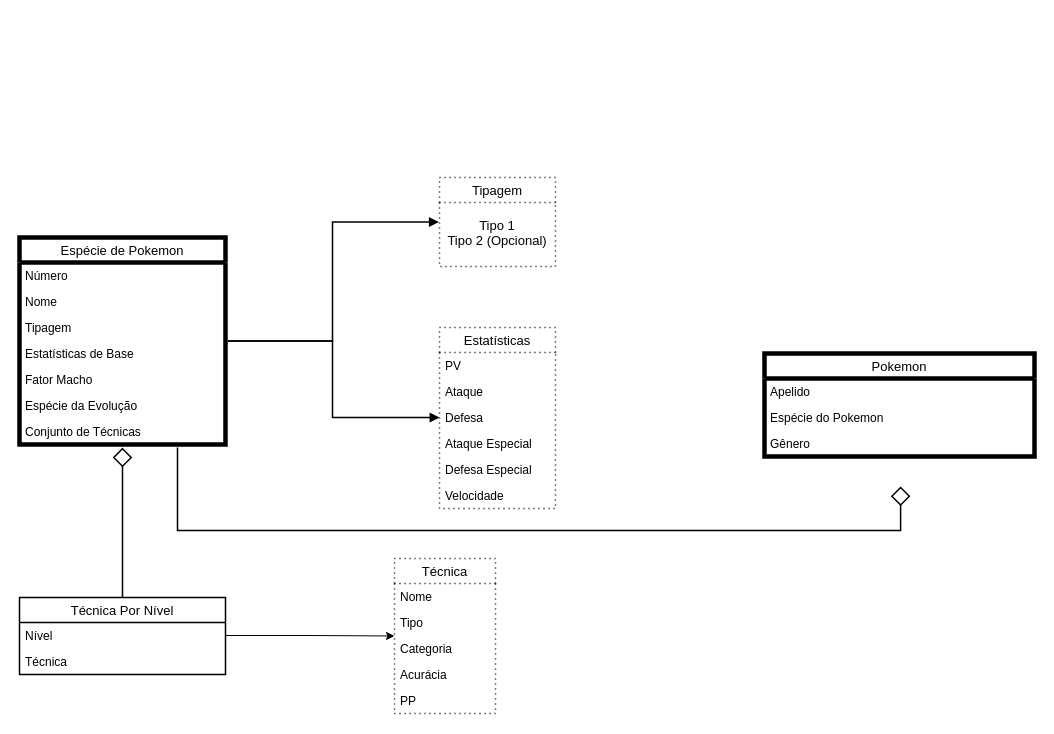
This is page "Incubadora" (2 of 4) of Diagrams/DDD.drawio from RicardoDMelo/CloudPokeSystem, a draw.io file, before an edit. Source tidied: cells renumbered, new cells numbered last; positions are measured from the earlier drawing's top-left corner, leaving out a move shared by most shapes. Both pictures are drawn from the tidied source at 100%, with x=0, y=0 at pixel (19, 177).
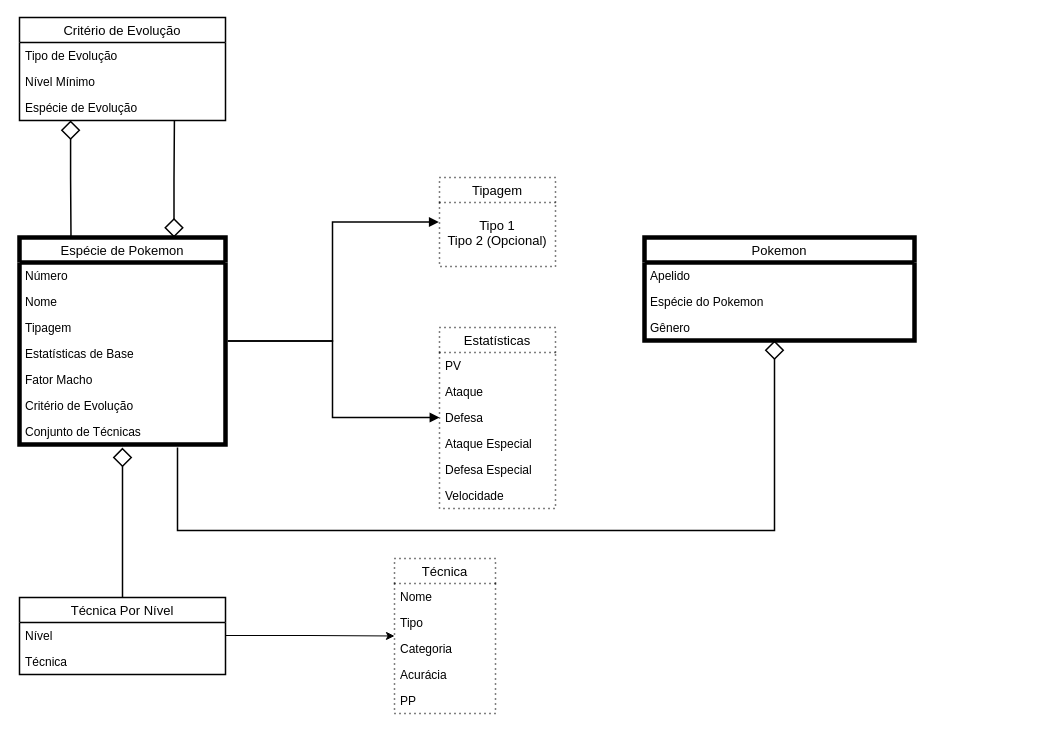
The same diagram, later.

Unchanged cells that the change refers to:
```xml
<mxCell id="2" value="Espécie de Pokemon" style="html=1;overflow=block;blockSpacing=1;swimlane;horizontal=1;fontStyle=0;swimlaneFillColor=#ffffff;startSize=25;whiteSpace=wrap;fontSize=13;align=center;spacing=0;strokeOpacity=100;fillOpacity=100;fillColor=#ffffff;strokeWidth=4.5;" parent="1" vertex="1">
  <mxGeometry y="60" width="206" height="207" as="geometry" />
</mxCell>
<mxCell id="26" value="Gênero" style="text;strokeColor=none;fillColor=none;align=left;verticalAlign=top;spacingLeft=4;spacingRight=4;overflow=hidden;points=[[0,0.5],[1,0.5]];portConstraint=eastwest;" parent="23" vertex="1">
  <mxGeometry y="77" width="270" height="26" as="geometry" />
</mxCell>
```

What changed in the source:
```diff
@@
-    <mxCell id="8" value="Espécie da Evolução" style="text;strokeColor=none;fillColor=none;align=left;verticalAlign=top;spacingLeft=4;spacingRight=4;overflow=hidden;" parent="2" vertex="1">
+    <mxCell id="8" value="Critério de Evolução" style="text;strokeColor=none;fillColor=none;align=left;verticalAlign=top;spacingLeft=4;spacingRight=4;overflow=hidden;" parent="2" vertex="1">
       <mxGeometry y="155" width="206" height="26" as="geometry" />
     </mxCell>
@@
-    <mxCell id="15" style="html=1;jettySize=18;whiteSpace=wrap;fontSize=13;strokeOpacity=100;strokeWidth=1.5;rounded=1;arcSize=0;edgeStyle=orthogonalEdgeStyle;startArrow=diamond;startFill=0;startSize=16;endArrow=none;entryX=0.767;entryY=1.015;entryPerimeter=0;exitX=0.504;exitY=1.154;exitDx=0;exitDy=0;exitPerimeter=0;" parent="1" edge="1" target="2">
+    <mxCell id="15" style="html=1;jettySize=18;whiteSpace=wrap;fontSize=13;strokeOpacity=100;strokeWidth=1.5;rounded=1;arcSize=0;edgeStyle=orthogonalEdgeStyle;startArrow=diamond;startFill=0;startSize=16;endArrow=none;entryX=0.767;entryY=1.015;entryPerimeter=0;" parent="1" edge="1" source="26" target="2">
       <mxGeometry relative="1" as="geometry">
-        <mxPoint x="881.1" y="309" as="sourcePoint" />
         <Array as="points">
-          <mxPoint x="881" y="353" />
+          <mxPoint x="755" y="353" />
           <mxPoint x="158" y="353" />
         </Array>
       </mxGeometry>
     </mxCell>
@@
     <mxCell id="23" value="Pokemon" style="html=1;overflow=block;blockSpacing=1;swimlane;horizontal=1;fontStyle=0;swimlaneFillColor=#ffffff;startSize=25;whiteSpace=wrap;fontSize=13;align=center;spacing=0;strokeOpacity=100;fillOpacity=100;fillColor=#ffffff;strokeWidth=4.5;" parent="1" vertex="1">
-      <mxGeometry x="745" y="176" width="270" height="103" as="geometry" />
+      <mxGeometry x="625" y="60" width="270" height="103" as="geometry" />
     </mxCell>
@@
+    <mxCell id="37" value="Critério de Evolução" style="html=1;overflow=block;blockSpacing=1;swimlane;horizontal=1;fontStyle=0;swimlaneFillColor=#ffffff;startSize=25;whiteSpace=wrap;fontSize=13;fontColor=default;align=center;spacing=0;strokeOpacity=100;fillOpacity=100;fillColor=#ffffff;strokeWidth=1.5;" parent="1" vertex="1">
+      <mxGeometry y="-160" width="206" height="103" as="geometry" />
+    </mxCell>
+    <mxCell id="38" value="Tipo de Evolução" style="text;strokeColor=none;fillColor=none;align=left;verticalAlign=top;spacingLeft=4;spacingRight=4;overflow=hidden;" parent="37" vertex="1">
+      <mxGeometry y="25" width="206" height="26" as="geometry" />
+    </mxCell>
+    <mxCell id="39" value="Nível Mínimo" style="text;strokeColor=none;fillColor=none;align=left;verticalAlign=top;spacingLeft=4;spacingRight=4;overflow=hidden;" parent="37" vertex="1">
+      <mxGeometry y="51" width="206" height="26" as="geometry" />
+    </mxCell>
+    <mxCell id="40" value="Espécie de Evolução" style="text;strokeColor=none;fillColor=none;align=left;verticalAlign=top;spacingLeft=4;spacingRight=4;overflow=hidden;points=[[0,0.5],[1,0.5]];portConstraint=eastwest;" parent="37" vertex="1">
+      <mxGeometry y="77" width="206" height="26" as="geometry" />
+    </mxCell>
+    <mxCell id="41" style="html=1;jettySize=18;whiteSpace=wrap;fontSize=13;strokeOpacity=100;strokeWidth=1.5;rounded=1;arcSize=0;edgeStyle=orthogonalEdgeStyle;startArrow=diamond;startFill=0;startSize=16;endArrow=none;entryX=0.25;entryY=0;entryDx=0;entryDy=0;exitX=0.248;exitY=1;exitDx=0;exitDy=0;exitPerimeter=0;" parent="1" edge="1" source="40" target="2">
+      <mxGeometry relative="1" as="geometry" />
+    </mxCell>
+    <mxCell id="42" style="html=1;jettySize=18;whiteSpace=wrap;fontSize=13;strokeOpacity=100;strokeWidth=1.5;rounded=1;arcSize=0;edgeStyle=orthogonalEdgeStyle;startArrow=diamond;startFill=0;startSize=16;endArrow=none;entryX=0.752;entryY=1;entryDx=0;entryDy=0;exitX=0.75;exitY=0;exitDx=0;exitDy=0;entryPerimeter=0;" parent="1" edge="1" source="2" target="40">
+      <mxGeometry relative="1" as="geometry" />
+    </mxCell>
```
